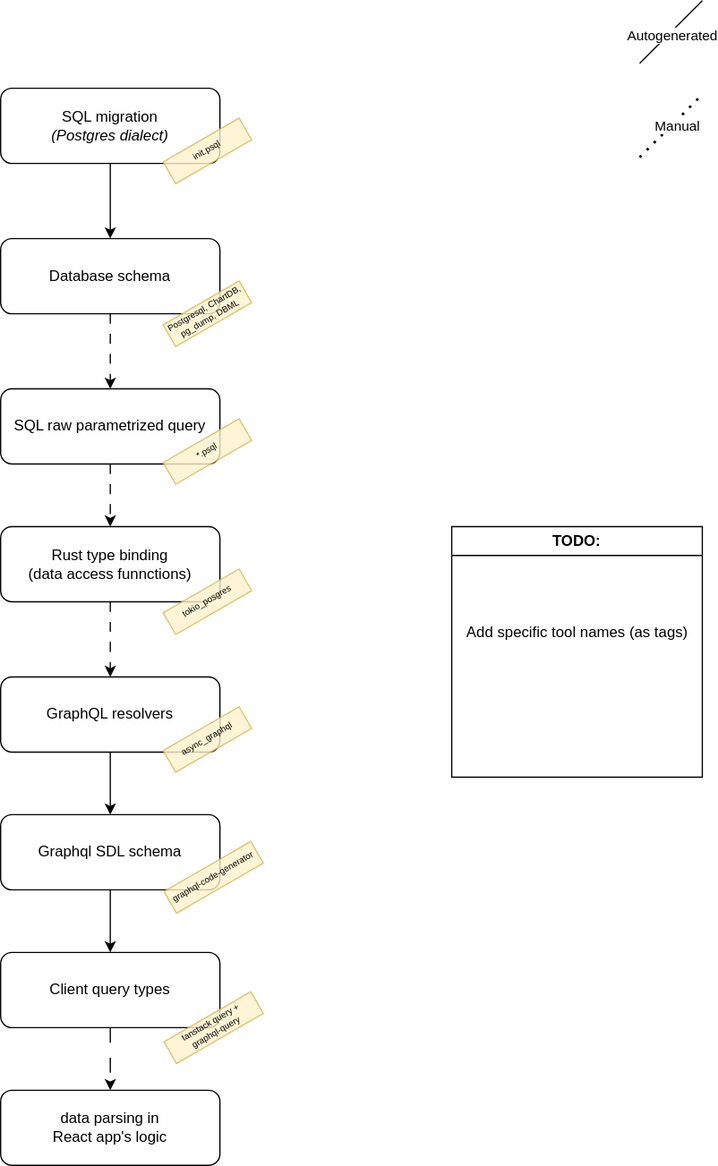
The draw.io diagram docs/api-development-flow.drawio.svg in szn-app/donation-app, before a commit. Source tidied: cells renumbered, new cells last; positions are measured from the earlier drawing's top-left corner, leaving out a move shared by most shapes.
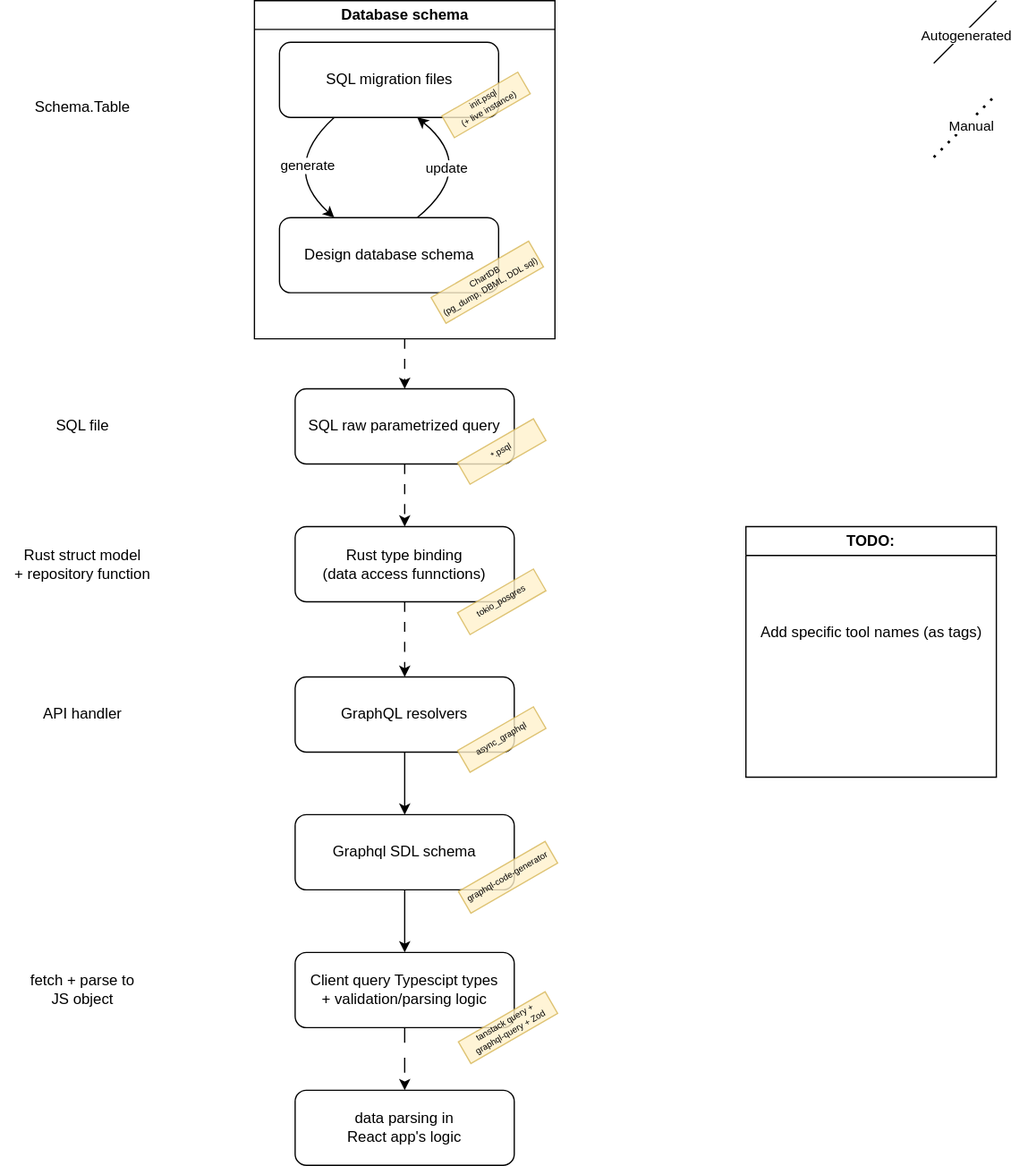
The same diagram one commit later.

Diff of the diagram source:
```diff
@@ -8,18 +8,9 @@
     <mxCell id="3" value="SQL raw parametrized query" style="rounded=1;whiteSpace=wrap;html=1;" parent="1" vertex="1">
       <mxGeometry y="310" width="175" height="60" as="geometry" />
     </mxCell>
-    <mxCell id="4" style="edgeStyle=none;html=1;dashed=1;dashPattern=8 8;endArrow=classic;endFill=1;" parent="1" edge="1" source="5" target="3">
+    <mxCell id="4" style="edgeStyle=none;html=1;dashed=1;dashPattern=8 8;endArrow=classic;endFill=1;" parent="1" edge="1" source="30" target="3">
       <mxGeometry relative="1" as="geometry" />
     </mxCell>
-    <mxCell id="5" value="Database schema" style="rounded=1;whiteSpace=wrap;html=1;" parent="1" vertex="1">
-      <mxGeometry y="190" width="175" height="60" as="geometry" />
-    </mxCell>
-    <mxCell id="6" style="edgeStyle=none;html=1;entryX=0.5;entryY=0;entryDx=0;entryDy=0;" parent="1" edge="1" source="7" target="5">
-      <mxGeometry relative="1" as="geometry" />
-    </mxCell>
-    <mxCell id="7" value="SQL migration&lt;div&gt;&lt;i&gt;(Postgres dialect)&lt;/i&gt;&lt;/div&gt;" style="rounded=1;whiteSpace=wrap;html=1;" parent="1" vertex="1">
-      <mxGeometry y="70" width="175" height="60" as="geometry" />
-    </mxCell>
     <mxCell id="8" style="edgeStyle=none;html=1;dashed=1;dashPattern=8 8;" parent="1" edge="1" source="9" target="11">
       <mxGeometry relative="1" as="geometry" />
     </mxCell>
@@ -41,7 +32,7 @@
     <mxCell id="14" style="edgeStyle=none;html=1;entryX=0.5;entryY=0;entryDx=0;entryDy=0;dashed=1;dashPattern=12 12;" parent="1" edge="1" source="15" target="16">
       <mxGeometry relative="1" as="geometry" />
     </mxCell>
-    <mxCell id="15" value="Client query types" style="rounded=1;whiteSpace=wrap;html=1;" parent="1" vertex="1">
+    <mxCell id="15" value="Client query Typescipt types&lt;br&gt;+ validation/parsing logic" style="rounded=1;whiteSpace=wrap;html=1;" parent="1" vertex="1">
       <mxGeometry y="760" width="175" height="60" as="geometry" />
     </mxCell>
     <mxCell id="16" value="data&amp;nbsp;&lt;span style=&quot;color: rgb(0, 0, 0);&quot;&gt;parsing in&amp;nbsp;&lt;br&gt;&lt;/span&gt;React app's logic" style="rounded=1;whiteSpace=wrap;html=1;" parent="1" vertex="1">
@@ -73,15 +64,9 @@
     <mxCell id="22" value="Add specific tool names (as tags)" style="text;html=1;align=center;verticalAlign=middle;strokeColor=none;fillColor=none;" parent="21" vertex="1">
       <mxGeometry y="70" width="200" height="30" as="geometry" />
     </mxCell>
-    <mxCell id="23" value="&lt;font color=&quot;#020203&quot;&gt;Postgresql, ChartDB, pg_dump, DBML&lt;/font&gt;" style="text;html=1;fillColor=#fff2cc;align=center;verticalAlign=middle;whiteSpace=wrap;rounded=0;rotation=-30;strokeColor=#d6b656;glass=0;fillOpacity=100;strokeOpacity=100;opacity=80;arcSize=12;fontSize=7;" parent="1" vertex="1">
-      <mxGeometry x="130" y="240" width="70" height="20" as="geometry" />
-    </mxCell>
     <mxCell id="24" value="&lt;font color=&quot;#020203&quot;&gt;*.psql&lt;/font&gt;" style="text;html=1;fillColor=#fff2cc;align=center;verticalAlign=middle;whiteSpace=wrap;rounded=0;rotation=-30;strokeColor=#d6b656;glass=0;fillOpacity=100;strokeOpacity=100;opacity=80;arcSize=12;fontSize=7;" parent="1" vertex="1">
       <mxGeometry x="130" y="350" width="70" height="20" as="geometry" />
     </mxCell>
-    <mxCell id="25" value="&lt;font color=&quot;#020203&quot;&gt;init.psql&lt;/font&gt;" style="text;html=1;fillColor=#fff2cc;align=center;verticalAlign=middle;whiteSpace=wrap;rounded=0;rotation=-30;strokeColor=#d6b656;glass=0;fillOpacity=100;strokeOpacity=100;opacity=80;arcSize=12;fontSize=7;" parent="1" vertex="1">
-      <mxGeometry x="130" y="110" width="70" height="20" as="geometry" />
-    </mxCell>
     <mxCell id="26" value="&lt;font color=&quot;#020203&quot;&gt;tokio_posgres&lt;/font&gt;" style="text;html=1;fillColor=#fff2cc;align=center;verticalAlign=middle;whiteSpace=wrap;rounded=0;rotation=-30;strokeColor=#d6b656;glass=0;fillOpacity=100;strokeOpacity=100;opacity=80;arcSize=12;fontSize=7;" parent="1" vertex="1">
       <mxGeometry x="130" y="470" width="70" height="20" as="geometry" />
     </mxCell>
@@ -91,8 +76,62 @@
     <mxCell id="28" value="graphql-code-generator" style="text;html=1;fillColor=#fff2cc;align=center;verticalAlign=middle;whiteSpace=wrap;rounded=0;rotation=-30;strokeColor=#d6b656;glass=0;fillOpacity=100;strokeOpacity=100;opacity=80;arcSize=12;fontSize=7;" parent="1" vertex="1">
       <mxGeometry x="130" y="690" width="80" height="20" as="geometry" />
     </mxCell>
-    <mxCell id="29" value="tanstack query +&amp;nbsp;&lt;span style=&quot;color: rgb(0, 0, 0);&quot;&gt;graphql-query&lt;/span&gt;" style="text;html=1;fillColor=#fff2cc;align=center;verticalAlign=middle;whiteSpace=wrap;rounded=0;rotation=-30;strokeColor=#d6b656;glass=0;fillOpacity=100;strokeOpacity=100;opacity=80;arcSize=12;fontSize=7;" parent="1" vertex="1">
+    <mxCell id="29" value="tanstack query +&amp;nbsp;&lt;span style=&quot;color: rgb(0, 0, 0);&quot;&gt;graphql-query + Zod&lt;/span&gt;" style="text;html=1;fillColor=#fff2cc;align=center;verticalAlign=middle;whiteSpace=wrap;rounded=0;rotation=-30;strokeColor=#d6b656;glass=0;fillOpacity=100;strokeOpacity=100;opacity=80;arcSize=12;fontSize=7;" parent="1" vertex="1">
       <mxGeometry x="130" y="810" width="80" height="20" as="geometry" />
     </mxCell>
+    <mxCell id="30" value="Database schema" style="swimlane;whiteSpace=wrap;html=1;" parent="1" vertex="1">
+      <mxGeometry x="-32.5" width="240" height="270" as="geometry" />
+    </mxCell>
+    <mxCell id="5" value="Design database schema" style="rounded=1;whiteSpace=wrap;html=1;" parent="30" vertex="1">
+      <mxGeometry x="20" y="173.3" width="175" height="60" as="geometry" />
+    </mxCell>
+    <mxCell id="6" style="edgeStyle=none;html=1;entryX=0.25;entryY=0;entryDx=0;entryDy=0;startArrow=none;startFill=0;rounded=0;curved=1;exitX=0.25;exitY=1;exitDx=0;exitDy=0;" parent="30" edge="1" source="7" target="5">
+      <mxGeometry relative="1" as="geometry">
+        <Array as="points">
+          <mxPoint x="20" y="133.3" />
+        </Array>
+      </mxGeometry>
+    </mxCell>
+    <mxCell id="31" value="generate" style="edgeLabel;html=1;align=center;verticalAlign=middle;" parent="6" vertex="1">
+      <mxGeometry x="-0.3" y="14" relative="1" as="geometry" />
+    </mxCell>
+    <mxCell id="7" value="SQL migration files" style="rounded=1;whiteSpace=wrap;html=1;" parent="30" vertex="1">
+      <mxGeometry x="20" y="33.3" width="175" height="60" as="geometry" />
+    </mxCell>
+    <mxCell id="23" value="&lt;font color=&quot;#020203&quot;&gt;ChartDB&lt;br&gt;&lt;/font&gt;(pg_dump, DBML, DDL sql)" style="text;html=1;fillColor=#fff2cc;align=center;verticalAlign=middle;whiteSpace=wrap;rounded=0;rotation=-30;strokeColor=#d6b656;glass=0;fillOpacity=100;strokeOpacity=100;opacity=80;arcSize=12;fontSize=7;" parent="30" vertex="1">
+      <mxGeometry x="141" y="213" width="89.9" height="23.8" as="geometry" />
+    </mxCell>
+    <mxCell id="25" value="&lt;font color=&quot;#020203&quot;&gt;init.psql &lt;br&gt;(+ live instance)&lt;/font&gt;" style="text;html=1;fillColor=#fff2cc;align=center;verticalAlign=middle;whiteSpace=wrap;rounded=0;rotation=-30;strokeColor=#d6b656;glass=0;fillOpacity=100;strokeOpacity=100;opacity=80;arcSize=12;fontSize=7;" parent="30" vertex="1">
+      <mxGeometry x="150" y="73.3" width="70" height="20" as="geometry" />
+    </mxCell>
+    <mxCell id="32" style="edgeStyle=none;html=1;entryX=0.75;entryY=0;entryDx=0;entryDy=0;startArrow=classic;startFill=1;exitX=0.75;exitY=1;exitDx=0;exitDy=0;rounded=0;curved=1;endArrow=none;endFill=0;" parent="30" edge="1">
+      <mxGeometry relative="1" as="geometry">
+        <mxPoint x="130" y="93.3" as="sourcePoint" />
+        <mxPoint x="130" y="173.3" as="targetPoint" />
+        <Array as="points">
+          <mxPoint x="178.8" y="133.3" />
+        </Array>
+      </mxGeometry>
+    </mxCell>
+    <mxCell id="33" value="update" style="edgeLabel;html=1;align=center;verticalAlign=middle;" parent="32" vertex="1">
+      <mxGeometry x="-0.34" y="-14" relative="1" as="geometry">
+        <mxPoint y="3" as="offset" />
+      </mxGeometry>
+    </mxCell>
+    <mxCell id="34" value="Schema.Table" style="text;html=1;align=center;verticalAlign=middle;strokeColor=none;fillColor=none;" parent="1" vertex="1">
+      <mxGeometry x="-220" y="70" width="100" height="30" as="geometry" />
+    </mxCell>
+    <mxCell id="35" value="SQL file" style="text;html=1;align=center;verticalAlign=middle;strokeColor=none;fillColor=none;" parent="1" vertex="1">
+      <mxGeometry x="-205" y="325" width="70" height="30" as="geometry" />
+    </mxCell>
+    <mxCell id="36" value="Rust struct model&amp;nbsp;&lt;div&gt;+ repository function&lt;/div&gt;" style="text;html=1;align=center;verticalAlign=middle;strokeColor=none;fillColor=none;" parent="1" vertex="1">
+      <mxGeometry x="-235" y="430" width="130" height="40" as="geometry" />
+    </mxCell>
+    <mxCell id="37" value="fetch + parse to &lt;br&gt;JS object" style="text;html=1;align=center;verticalAlign=middle;strokeColor=none;fillColor=none;" parent="1" vertex="1">
+      <mxGeometry x="-225" y="770" width="110" height="40" as="geometry" />
+    </mxCell>
+    <mxCell id="38" value="API handler" style="text;html=1;align=center;verticalAlign=middle;strokeColor=none;fillColor=none;" parent="1" vertex="1">
+      <mxGeometry x="-215" y="555" width="90" height="30" as="geometry" />
+    </mxCell>
   </root>
 </mxGraphModel>
```
